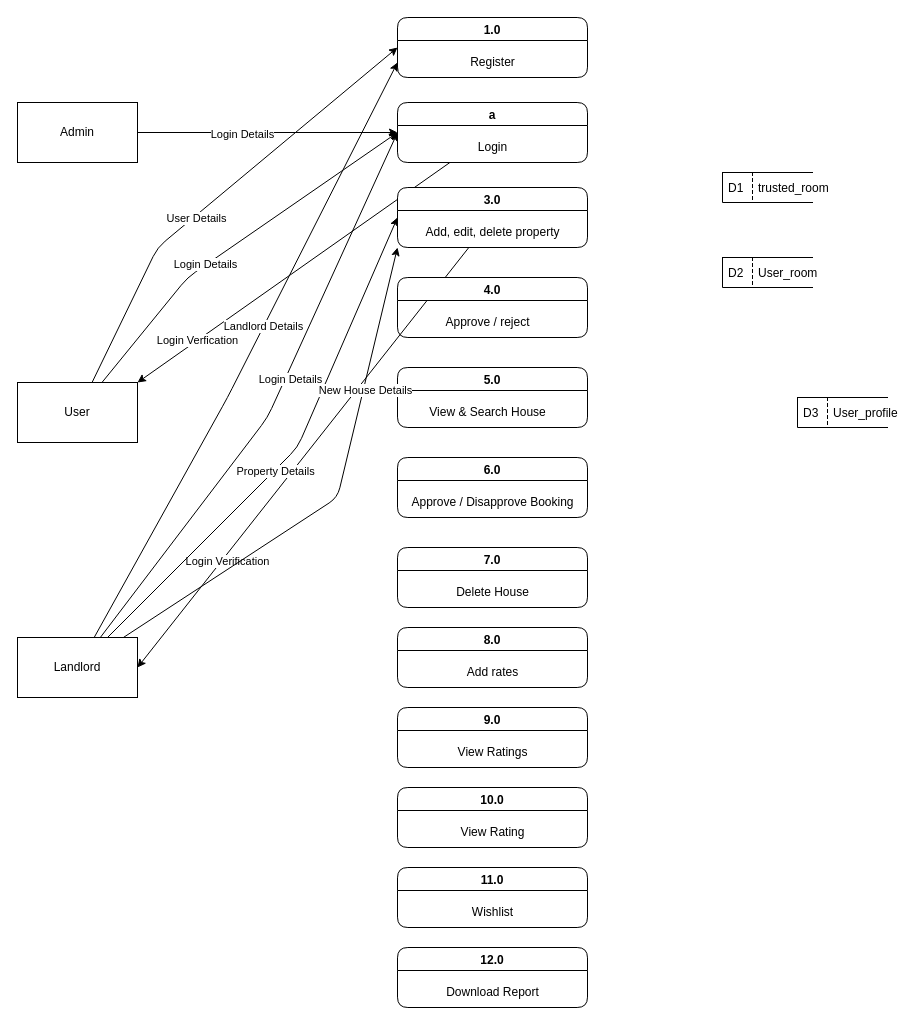
The draw.io diagram DFD FYP/DFD FYP.drawio in SNOW15782/Fyp, before the edit. Source tidied: cells renumbered, new cells numbered last; positions are measured from the earlier drawing's top-left corner, leaving out a move shared by most shapes. Both pictures are drawn from the tidied source at 100%, with x=0, y=0 at pixel (17, 17).
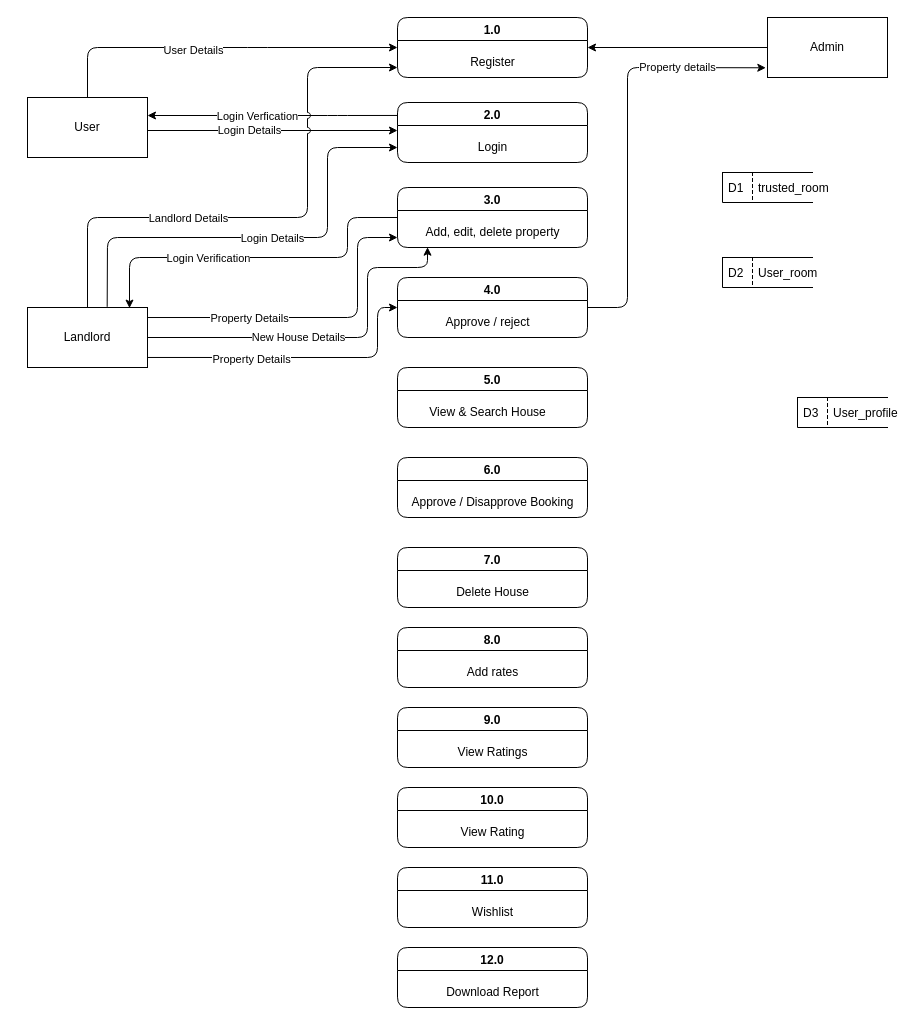
The same diagram, later.

Unchanged cells that the change refers to:
```xml
<mxCell id="5" value="1.0" style="swimlane;startSize=23;rounded=1;" parent="1" vertex="1">
  <mxGeometry x="380" width="190" height="60" as="geometry" />
</mxCell>
<mxCell id="24" value="3.0" style="swimlane;startSize=23;rounded=1;" parent="1" vertex="1">
  <mxGeometry x="380" y="170" width="190" height="60" as="geometry" />
</mxCell>
<mxCell id="25" value="Add, edit, delete property" style="text;html=1;align=center;verticalAlign=middle;points=[];strokeColor=none;fillColor=none;rotation=0;" parent="24" vertex="1">
  <mxGeometry x="15" y="30" width="160" height="30" as="geometry" />
</mxCell>
<mxCell id="26" value="4.0" style="swimlane;startSize=23;rounded=1;" parent="1" vertex="1">
  <mxGeometry x="380" y="260" width="190" height="60" as="geometry" />
</mxCell>
```

Diff of the diagram source:
```diff
@@
-    <mxCell id="2" style="edgeStyle=none;html=1;entryX=0;entryY=0.5;entryDx=0;entryDy=0;" parent="1" edge="1" source="4" target="20">
-      <mxGeometry relative="1" as="geometry" />
-    </mxCell>
-    <mxCell id="3" value="Login Details" style="edgeLabel;html=1;align=center;verticalAlign=middle;" parent="2" vertex="1">
-      <mxGeometry x="-0.2" y="-1" relative="1" as="geometry" />
-    </mxCell>
+    <mxCell id="53" style="edgeStyle=none;html=1;entryX=1;entryY=0.5;entryDx=0;entryDy=0;" parent="1" edge="1" source="4" target="5">
+      <mxGeometry relative="1" as="geometry" />
+    </mxCell>
     <mxCell id="4" value="Admin" style="rounded=0;whiteSpace=wrap;html=1;" parent="1" vertex="1">
-      <mxGeometry y="85" width="120" height="60" as="geometry" />
+      <mxGeometry x="750" width="120" height="60" as="geometry" />
     </mxCell>
@@
     <mxCell id="11" style="edgeStyle=none;html=1;entryX=0;entryY=0.5;entryDx=0;entryDy=0;" parent="1" edge="1" source="15" target="5">
       <mxGeometry relative="1" as="geometry">
         <Array as="points">
-          <mxPoint x="140" y="230" />
+          <mxPoint x="70" y="30" />
+          <mxPoint x="240" y="30" />
         </Array>
       </mxGeometry>
     </mxCell>
@@
-    <mxCell id="13" style="edgeStyle=none;html=1;entryX=0;entryY=0.5;entryDx=0;entryDy=0;" parent="1" edge="1" source="15" target="20">
+    <mxCell id="13" style="edgeStyle=none;html=1;exitX=1;exitY=0.667;exitDx=0;exitDy=0;exitPerimeter=0;jumpStyle=arc;" parent="1" edge="1">
       <mxGeometry relative="1" as="geometry">
+        <mxPoint x="130" y="113" as="sourcePoint" />
+        <mxPoint x="380" y="113" as="targetPoint" />
         <Array as="points">
-          <mxPoint x="170" y="260" />
+          <mxPoint x="170" y="113" />
+          <mxPoint x="230" y="113" />
         </Array>
       </mxGeometry>
     </mxCell>
@@
     <mxCell id="15" value="User" style="rounded=0;whiteSpace=wrap;html=1;" parent="1" vertex="1">
-      <mxGeometry y="365" width="120" height="60" as="geometry" />
+      <mxGeometry x="10" y="80" width="120" height="60" as="geometry" />
     </mxCell>
@@
-    <mxCell id="18" style="edgeStyle=none;html=1;entryX=1;entryY=0;entryDx=0;entryDy=0;" parent="1" edge="1" source="20" target="15">
-      <mxGeometry relative="1" as="geometry" />
+    <mxCell id="18" style="edgeStyle=none;html=1;entryX=0.997;entryY=0.583;entryDx=0;entryDy=0;entryPerimeter=0;exitX=0;exitY=0.216;exitDx=0;exitDy=0;exitPerimeter=0;" parent="1" edge="1" source="20">
+      <mxGeometry relative="1" as="geometry">
+        <mxPoint x="130" y="98" as="targetPoint" />
+        <Array as="points">
+          <mxPoint x="320" y="98" />
+          <mxPoint x="260" y="98" />
+        </Array>
+      </mxGeometry>
     </mxCell>
     <mxCell id="19" value="Login Verfication" style="edgeLabel;html=1;align=center;verticalAlign=middle;" parent="18" vertex="1">
-      <mxGeometry x="0.62" y="-1" relative="1" as="geometry" />
+      <mxGeometry x="0.62" y="-1" relative="1" as="geometry">
+        <mxPoint x="62" y="1" as="offset" />
+      </mxGeometry>
     </mxCell>
-    <mxCell id="20" value="a" style="swimlane;startSize=23;rounded=1;" parent="1" vertex="1">
+    <mxCell id="20" value="2.0" style="swimlane;startSize=23;rounded=1;" parent="1" vertex="1">
       <mxGeometry x="380" y="85" width="190" height="60" as="geometry" />
     </mxCell>
@@
-    <mxCell id="22" style="edgeStyle=none;html=1;entryX=1;entryY=0.5;entryDx=0;entryDy=0;" parent="1" edge="1" source="24" target="52">
-      <mxGeometry relative="1" as="geometry" />
+    <mxCell id="22" style="edgeStyle=none;html=1;entryX=0.85;entryY=0.01;entryDx=0;entryDy=0;entryPerimeter=0;exitX=0;exitY=0.5;exitDx=0;exitDy=0;" parent="1" edge="1" source="24" target="52">
+      <mxGeometry relative="1" as="geometry">
+        <Array as="points">
+          <mxPoint x="330" y="200" />
+          <mxPoint x="330" y="240" />
+          <mxPoint x="112" y="240" />
+        </Array>
+      </mxGeometry>
     </mxCell>
     <mxCell id="23" value="Login Verification" style="edgeLabel;html=1;align=center;verticalAlign=middle;" parent="22" vertex="1">
-      <mxGeometry x="0.48" y="4" relative="1" as="geometry" />
+      <mxGeometry x="0.48" y="4" relative="1" as="geometry">
+        <mxPoint x="35" y="-4" as="offset" />
+      </mxGeometry>
     </mxCell>
@@
+    <mxCell id="54" style="edgeStyle=none;jumpStyle=arc;html=1;entryX=-0.014;entryY=0.838;entryDx=0;entryDy=0;entryPerimeter=0;" parent="1" edge="1" source="26" target="4">
+      <mxGeometry relative="1" as="geometry">
+        <Array as="points">
+          <mxPoint x="610" y="290" />
+          <mxPoint x="610" y="50" />
+        </Array>
+      </mxGeometry>
+    </mxCell>
+    <mxCell id="55" value="Property details" style="edgeLabel;html=1;align=center;verticalAlign=middle;" parent="54" vertex="1">
+      <mxGeometry x="0.47" y="1" relative="1" as="geometry">
+        <mxPoint x="22" as="offset" />
+      </mxGeometry>
+    </mxCell>
@@
-    <mxCell id="44" style="edgeStyle=none;html=1;entryX=0;entryY=0.75;entryDx=0;entryDy=0;" parent="1" edge="1" source="52" target="5">
+    <mxCell id="44" style="edgeStyle=none;html=1;jumpStyle=arc;" parent="1" edge="1" source="52">
       <mxGeometry relative="1" as="geometry">
+        <mxPoint x="380" y="50" as="targetPoint" />
         <Array as="points">
-          <mxPoint x="210" y="380" />
+          <mxPoint x="70" y="200" />
+          <mxPoint x="290" y="200" />
+          <mxPoint x="290" y="50" />
         </Array>
       </mxGeometry>
     </mxCell>
     <mxCell id="45" value="Landlord Details" style="edgeLabel;html=1;align=center;verticalAlign=middle;" parent="44" vertex="1">
-      <mxGeometry x="0.09" y="1" relative="1" as="geometry" />
+      <mxGeometry x="0.09" y="1" relative="1" as="geometry">
+        <mxPoint x="-110" y="1" as="offset" />
+      </mxGeometry>
     </mxCell>
-    <mxCell id="46" style="edgeStyle=none;html=1;entryX=0;entryY=0.5;entryDx=0;entryDy=0;" parent="1" edge="1" source="52" target="20">
+    <mxCell id="46" style="edgeStyle=none;html=1;entryX=0;entryY=0.75;entryDx=0;entryDy=0;exitX=0.664;exitY=-0.011;exitDx=0;exitDy=0;exitPerimeter=0;" parent="1" edge="1" source="52" target="20">
       <mxGeometry relative="1" as="geometry">
         <Array as="points">
-          <mxPoint x="250" y="400" />
+          <mxPoint x="90" y="220" />
+          <mxPoint x="310" y="220" />
+          <mxPoint x="310" y="130" />
         </Array>
       </mxGeometry>
     </mxCell>
     <mxCell id="47" value="Login Details" style="edgeLabel;html=1;align=center;verticalAlign=middle;" parent="46" vertex="1">
-      <mxGeometry x="0.09" y="-4" relative="1" as="geometry" />
+      <mxGeometry x="0.09" y="-4" relative="1" as="geometry">
+        <mxPoint x="-11" y="-4" as="offset" />
+      </mxGeometry>
     </mxCell>
-    <mxCell id="48" style="edgeStyle=none;html=1;entryX=0;entryY=0.5;entryDx=0;entryDy=0;" parent="1" edge="1" source="52" target="24">
+    <mxCell id="48" style="edgeStyle=none;html=1;exitX=1;exitY=0.167;exitDx=0;exitDy=0;exitPerimeter=0;" parent="1" edge="1" source="52">
       <mxGeometry relative="1" as="geometry">
+        <mxPoint x="380" y="220" as="targetPoint" />
         <Array as="points">
-          <mxPoint x="280" y="430" />
+          <mxPoint x="340" y="300" />
+          <mxPoint x="340" y="220" />
         </Array>
       </mxGeometry>
     </mxCell>
     <mxCell id="49" value="Property Details" style="edgeLabel;html=1;align=center;verticalAlign=middle;" parent="48" vertex="1">
-      <mxGeometry x="-0.09" y="-1" relative="1" as="geometry" />
+      <mxGeometry x="-0.09" y="-1" relative="1" as="geometry">
+        <mxPoint x="-49" y="-1" as="offset" />
+      </mxGeometry>
     </mxCell>
-    <mxCell id="50" style="edgeStyle=none;html=1;entryX=0;entryY=1;entryDx=0;entryDy=0;" parent="1" edge="1" source="52" target="24">
+    <mxCell id="50" style="edgeStyle=none;html=1;entryX=0.094;entryY=0.99;entryDx=0;entryDy=0;entryPerimeter=0;" parent="1" edge="1" source="52" target="25">
       <mxGeometry relative="1" as="geometry">
         <Array as="points">
-          <mxPoint x="320" y="480" />
+          <mxPoint x="350" y="320" />
+          <mxPoint x="350" y="250" />
+          <mxPoint x="410" y="250" />
         </Array>
       </mxGeometry>
     </mxCell>
     <mxCell id="51" value="New House Details" style="edgeLabel;html=1;align=center;verticalAlign=middle;" parent="50" vertex="1">
-      <mxGeometry x="0.43" y="-2" relative="1" as="geometry" />
+      <mxGeometry x="0.43" y="-2" relative="1" as="geometry">
+        <mxPoint x="-72" y="44" as="offset" />
+      </mxGeometry>
     </mxCell>
+    <mxCell id="56" style="edgeStyle=none;jumpStyle=arc;html=1;entryX=0;entryY=0.5;entryDx=0;entryDy=0;exitX=1;exitY=0.833;exitDx=0;exitDy=0;exitPerimeter=0;" parent="1" edge="1" source="52" target="26">
+      <mxGeometry relative="1" as="geometry">
+        <Array as="points">
+          <mxPoint x="360" y="340" />
+          <mxPoint x="360" y="290" />
+        </Array>
+      </mxGeometry>
+    </mxCell>
+    <mxCell id="57" value="Property Details" style="edgeLabel;html=1;align=center;verticalAlign=middle;" parent="56" vertex="1">
+      <mxGeometry x="-0.31" y="-2" relative="1" as="geometry" />
+    </mxCell>
     <mxCell id="52" value="Landlord" style="rounded=0;whiteSpace=wrap;html=1;" parent="1" vertex="1">
-      <mxGeometry y="620" width="120" height="60" as="geometry" />
+      <mxGeometry x="10" y="290" width="120" height="60" as="geometry" />
     </mxCell>
```
